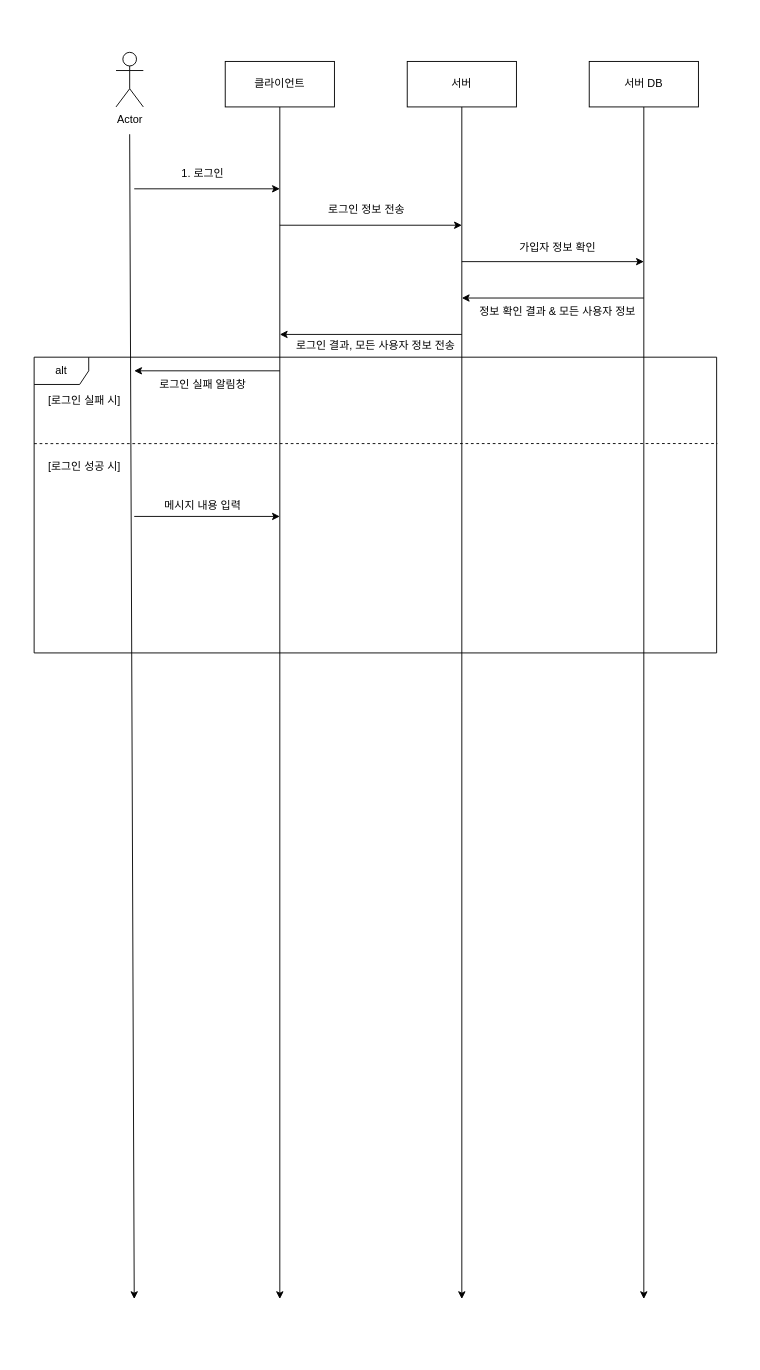
Above: 클라이언트프로그램아키택처.drawio in Hyunmin-Kwak-hub/neighbor21 (draw.io), before the change. Source tidied: cells renumbered, new cells numbered last; positions are measured from the earlier drawing's top-left corner, leaving out a move shared by most shapes. Both pictures are drawn from the tidied source at 91%, with x=0, y=0 at pixel (34, 52).
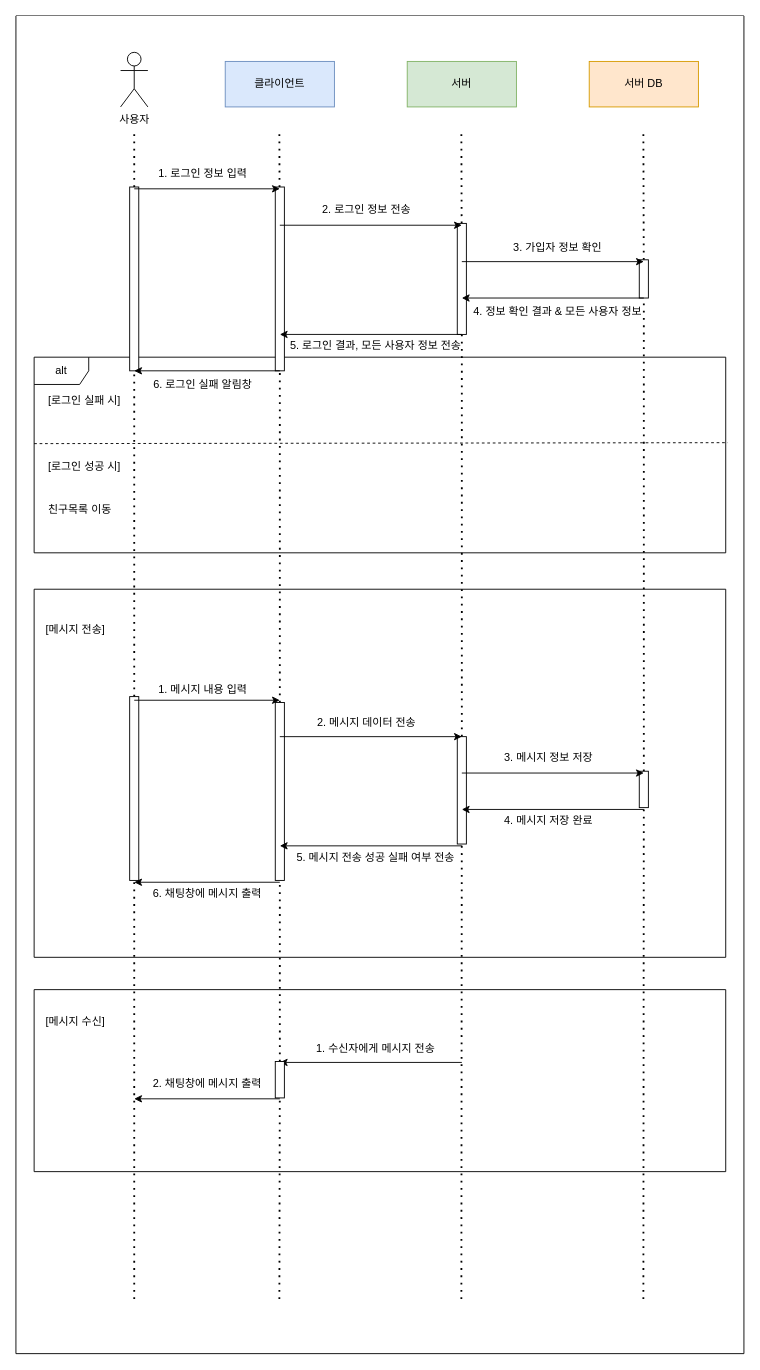
After the change.

Commit message:
클라이언트프로그램아키택처.drawio 업데이트

What changed in the source:
```diff
@@
+    <mxCell id="28" style="swimlane;startSize=0;swimlaneFillColor=default;" parent="1" vertex="1">
+      <mxGeometry x="-20" y="-40" width="800" height="1470" as="geometry" />
+    </mxCell>
-    <mxCell id="2" value="Actor" style="shape=umlActor;verticalLabelPosition=bottom;verticalAlign=top;html=1;" parent="1" vertex="1">
-      <mxGeometry x="90" width="30" height="60" as="geometry" />
+    <mxCell id="2" value="사용자" style="shape=umlActor;verticalLabelPosition=bottom;verticalAlign=top;html=1;" parent="28" vertex="1">
+      <mxGeometry x="115" y="40" width="30" height="60" as="geometry" />
     </mxCell>
-    <mxCell id="3" style="edgeStyle=orthogonalEdgeStyle;rounded=0;jettySize=auto;html=1;exitX=0.5;exitY=1;exitDx=0;exitDy=0;" parent="1" edge="1" source="4">
-      <mxGeometry relative="1" as="geometry">
-        <mxPoint x="270" y="1370" as="targetPoint" />
-      </mxGeometry>
-    </mxCell>
-    <mxCell id="4" value="클라이언트" style="html=1;whiteSpace=wrap;" parent="1" vertex="1">
+    <mxCell id="4" value="클라이언트" style="html=1;whiteSpace=wrap;fillColor=#dae8fc;strokeColor=#6c8ebf;" parent="1" vertex="1">
       <mxGeometry x="210" y="10" width="120" height="50" as="geometry" />
     </mxCell>
-    <mxCell id="5" style="edgeStyle=orthogonalEdgeStyle;rounded=0;jettySize=auto;html=1;exitX=0.5;exitY=1;exitDx=0;exitDy=0;" parent="1" edge="1" source="6">
-      <mxGeometry relative="1" as="geometry">
-        <mxPoint x="470" y="1370" as="targetPoint" />
-      </mxGeometry>
-    </mxCell>
-    <mxCell id="6" value="서버" style="html=1;whiteSpace=wrap;" parent="1" vertex="1">
+    <mxCell id="6" value="서버" style="html=1;whiteSpace=wrap;fillColor=#d5e8d4;strokeColor=#82b366;" parent="1" vertex="1">
       <mxGeometry x="410" y="10" width="120" height="50" as="geometry" />
     </mxCell>
-    <mxCell id="7" style="edgeStyle=orthogonalEdgeStyle;rounded=0;jettySize=auto;html=1;exitX=0.5;exitY=1;exitDx=0;exitDy=0;" parent="1" edge="1" source="8">
-      <mxGeometry relative="1" as="geometry">
-        <mxPoint x="670" y="1370" as="targetPoint" />
-      </mxGeometry>
-    </mxCell>
-    <mxCell id="8" value="서버 DB" style="html=1;whiteSpace=wrap;" parent="1" vertex="1">
+    <mxCell id="8" value="서버 DB" style="html=1;whiteSpace=wrap;fillColor=#ffe6cc;strokeColor=#d79b00;" parent="1" vertex="1">
       <mxGeometry x="610" y="10" width="120" height="50" as="geometry" />
     </mxCell>
-    <mxCell id="9" style="endArrow=classic;html=1;rounded=0;" parent="1" edge="1">
-      <mxGeometry relative="1" as="geometry">
-        <mxPoint x="105" y="90" as="sourcePoint" />
-        <mxPoint x="110" y="1370" as="targetPoint" />
-      </mxGeometry>
-    </mxCell>
+    <mxCell id="11" value="1. 로그인 정보 입력" style="text;html=1;align=center;verticalAlign=middle;strokeColor=none;fillColor=none;" parent="1" vertex="1">
+      <mxGeometry x="120" y="118" width="130" height="30" as="geometry" />
+    </mxCell>
+    <mxCell id="21" value="alt" style="shape=umlFrame;whiteSpace=wrap;html=1;" parent="1" vertex="1">
+      <mxGeometry y="335" width="760" height="215" as="geometry" />
+    </mxCell>
+    <mxCell id="22" value="6. 로그인 실패 알림창" style="text;html=1;align=center;verticalAlign=middle;strokeColor=none;fillColor=none;" parent="1" vertex="1">
+      <mxGeometry x="115" y="350" width="140" height="30" as="geometry" />
+    </mxCell>
+    <mxCell id="23" style="endArrow=none;dashed=1;html=1;rounded=0;entryX=1.003;entryY=0.437;entryDx=0;entryDy=0;entryPerimeter=0;" parent="1" edge="1" target="21">
+      <mxGeometry relative="1" as="geometry">
+        <mxPoint y="430" as="sourcePoint" />
+      </mxGeometry>
+    </mxCell>
+    <mxCell id="24" value="[로그인 실패 시]" style="text;html=1;align=center;verticalAlign=middle;strokeColor=none;fillColor=none;" parent="1" vertex="1">
+      <mxGeometry y="368" width="110" height="30" as="geometry" />
+    </mxCell>
+    <mxCell id="25" value="[로그인 성공 시]" style="text;html=1;align=center;verticalAlign=middle;strokeColor=none;fillColor=none;" parent="1" vertex="1">
+      <mxGeometry y="440" width="110" height="30" as="geometry" />
+    </mxCell>
+    <mxCell id="29" value="6. 채팅창에 메시지 출력" style="text;html=1;align=center;verticalAlign=middle;strokeColor=none;fillColor=none;" parent="1" vertex="1">
+      <mxGeometry x="115" y="910" width="150" height="30" as="geometry" />
+    </mxCell>
+    <mxCell id="30" value="친구목록 이동" style="text;html=1;align=center;verticalAlign=middle;strokeColor=none;fillColor=none;" parent="1" vertex="1">
+      <mxGeometry y="488" width="100" height="30" as="geometry" />
+    </mxCell>
+    <mxCell id="31" style="swimlane;startSize=0;" parent="1" vertex="1">
+      <mxGeometry y="590" width="760" height="404.5" as="geometry" />
+    </mxCell>
+    <mxCell id="32" value="[메시지 전송]" style="text;html=1;align=center;verticalAlign=middle;strokeColor=none;fillColor=none;" parent="31" vertex="1">
+      <mxGeometry y="30" width="90" height="30" as="geometry" />
+    </mxCell>
+    <mxCell id="33" style="swimlane;startSize=0;" parent="1" vertex="1">
+      <mxGeometry y="1030" width="760" height="200" as="geometry" />
+    </mxCell>
+    <mxCell id="34" value="[메시지 수신]" style="text;html=1;align=center;verticalAlign=middle;strokeColor=none;fillColor=none;" parent="33" vertex="1">
+      <mxGeometry y="20" width="90" height="30" as="geometry" />
+    </mxCell>
+    <mxCell id="35" value="1. 수신자에게 메시지 전송" style="text;html=1;align=center;verticalAlign=middle;strokeColor=none;fillColor=none;" parent="33" vertex="1">
+      <mxGeometry x="295" y="50" width="160" height="30" as="geometry" />
+    </mxCell>
+    <mxCell id="36" style="endArrow=classic;html=1;rounded=0;" parent="33" edge="1">
+      <mxGeometry relative="1" as="geometry">
+        <mxPoint x="270" y="120" as="sourcePoint" />
+        <mxPoint x="110" y="120" as="targetPoint" />
+      </mxGeometry>
+    </mxCell>
+    <mxCell id="37" value="2. 채팅창에 메시지 출력" style="text;html=1;align=center;verticalAlign=middle;strokeColor=none;fillColor=none;" parent="33" vertex="1">
+      <mxGeometry x="115" y="89" width="150" height="30" as="geometry" />
+    </mxCell>
+    <mxCell id="38" style="endArrow=none;dashed=1;html=1;dashPattern=1 3;strokeWidth=2;rounded=0;" parent="1" edge="1" source="43">
+      <mxGeometry relative="1" as="geometry">
+        <mxPoint x="110" y="90" as="targetPoint" />
+      </mxGeometry>
+    </mxCell>
+    <mxCell id="39" style="endArrow=none;dashed=1;html=1;dashPattern=1 3;strokeWidth=2;rounded=0;" parent="1" edge="1" source="45">
+      <mxGeometry relative="1" as="geometry">
+        <mxPoint x="269.5" y="90" as="targetPoint" />
+      </mxGeometry>
+    </mxCell>
+    <mxCell id="40" style="endArrow=none;dashed=1;html=1;dashPattern=1 3;strokeWidth=2;rounded=0;" parent="1" edge="1" source="47">
+      <mxGeometry relative="1" as="geometry">
+        <mxPoint x="469.5" y="90" as="targetPoint" />
+      </mxGeometry>
+    </mxCell>
+    <mxCell id="41" style="endArrow=none;dashed=1;html=1;dashPattern=1 3;strokeWidth=2;rounded=0;" parent="1" edge="1" source="49">
+      <mxGeometry relative="1" as="geometry">
+        <mxPoint x="669.5" y="90" as="targetPoint" />
+      </mxGeometry>
+    </mxCell>
+    <mxCell id="42" style="endArrow=none;dashed=1;html=1;dashPattern=1 3;strokeWidth=2;rounded=0;" parent="1" edge="1" source="51" target="43">
+      <mxGeometry relative="1" as="geometry" />
+    </mxCell>
+    <mxCell id="43" style="rounded=0;whiteSpace=wrap;html=1;" parent="1" vertex="1">
+      <mxGeometry x="105" y="148" width="10" height="202" as="geometry" />
+    </mxCell>
+    <mxCell id="44" style="endArrow=none;dashed=1;html=1;dashPattern=1 3;strokeWidth=2;rounded=0;" parent="1" edge="1" source="53" target="45">
+      <mxGeometry relative="1" as="geometry" />
+    </mxCell>
+    <mxCell id="45" style="rounded=0;whiteSpace=wrap;html=1;" parent="1" vertex="1">
+      <mxGeometry x="265" y="148" width="10" height="202" as="geometry" />
+    </mxCell>
+    <mxCell id="46" style="endArrow=none;dashed=1;html=1;dashPattern=1 3;strokeWidth=2;rounded=0;" parent="1" edge="1" source="55" target="47">
+      <mxGeometry relative="1" as="geometry" />
+    </mxCell>
+    <mxCell id="47" style="rounded=0;whiteSpace=wrap;html=1;" parent="1" vertex="1">
+      <mxGeometry x="465" y="188" width="10" height="122" as="geometry" />
+    </mxCell>
+    <mxCell id="48" style="endArrow=none;dashed=1;html=1;dashPattern=1 3;strokeWidth=2;rounded=0;" parent="1" edge="1" source="57" target="49">
+      <mxGeometry relative="1" as="geometry" />
+    </mxCell>
+    <mxCell id="49" style="rounded=0;whiteSpace=wrap;html=1;" parent="1" vertex="1">
+      <mxGeometry x="665" y="228" width="10" height="42" as="geometry" />
+    </mxCell>
+    <mxCell id="50" style="endArrow=none;dashed=1;html=1;dashPattern=1 3;strokeWidth=2;rounded=0;" parent="1" edge="1" target="51">
+      <mxGeometry relative="1" as="geometry">
+        <mxPoint x="110" y="1370" as="sourcePoint" />
+      </mxGeometry>
+    </mxCell>
+    <mxCell id="51" style="rounded=0;whiteSpace=wrap;html=1;" parent="1" vertex="1">
+      <mxGeometry x="105" y="708" width="10" height="202" as="geometry" />
+    </mxCell>
+    <mxCell id="52" style="endArrow=none;dashed=1;html=1;dashPattern=1 3;strokeWidth=2;rounded=0;" parent="1" edge="1" source="69" target="53">
+      <mxGeometry relative="1" as="geometry" />
+    </mxCell>
+    <mxCell id="53" style="rounded=0;whiteSpace=wrap;html=1;" parent="1" vertex="1">
+      <mxGeometry x="265" y="714.5" width="10" height="195.5" as="geometry" />
+    </mxCell>
+    <mxCell id="54" style="endArrow=none;dashed=1;html=1;dashPattern=1 3;strokeWidth=2;rounded=0;" parent="1" edge="1" target="55">
+      <mxGeometry relative="1" as="geometry">
+        <mxPoint x="469.5" y="1370" as="sourcePoint" />
+      </mxGeometry>
+    </mxCell>
+    <mxCell id="55" style="rounded=0;whiteSpace=wrap;html=1;" parent="1" vertex="1">
+      <mxGeometry x="465" y="752" width="10" height="118" as="geometry" />
+    </mxCell>
+    <mxCell id="56" style="endArrow=none;dashed=1;html=1;dashPattern=1 3;strokeWidth=2;rounded=0;" parent="1" edge="1" target="57">
+      <mxGeometry relative="1" as="geometry">
+        <mxPoint x="669.5" y="1370" as="sourcePoint" />
+      </mxGeometry>
+    </mxCell>
+    <mxCell id="57" style="rounded=0;whiteSpace=wrap;html=1;" parent="1" vertex="1">
+      <mxGeometry x="665" y="790" width="10" height="40" as="geometry" />
+    </mxCell>
+    <mxCell id="26" style="endArrow=classic;html=1;rounded=0;" parent="1" edge="1">
+      <mxGeometry relative="1" as="geometry">
+        <mxPoint x="110" y="712" as="sourcePoint" />
+        <mxPoint x="270" y="712" as="targetPoint" />
+      </mxGeometry>
+    </mxCell>
+    <mxCell id="27" value="1. 메시지 내용 입력" style="text;html=1;align=center;verticalAlign=middle;strokeColor=none;fillColor=none;" parent="1" vertex="1">
+      <mxGeometry x="120" y="684.5" width="130" height="30" as="geometry" />
+    </mxCell>
+    <mxCell id="58" style="endArrow=classic;html=1;rounded=0;" parent="1" edge="1">
+      <mxGeometry relative="1" as="geometry">
+        <mxPoint x="270" y="752" as="sourcePoint" />
+        <mxPoint x="470" y="752" as="targetPoint" />
+      </mxGeometry>
+    </mxCell>
+    <mxCell id="59" value="2. 메시지 데이터 전송" style="text;html=1;align=center;verticalAlign=middle;strokeColor=none;fillColor=none;" parent="1" vertex="1">
+      <mxGeometry x="295" y="722" width="140" height="30" as="geometry" />
+    </mxCell>
+    <mxCell id="60" style="endArrow=classic;html=1;rounded=0;" parent="1" edge="1">
+      <mxGeometry relative="1" as="geometry">
+        <mxPoint x="470" y="792" as="sourcePoint" />
+        <mxPoint x="670" y="792" as="targetPoint" />
+      </mxGeometry>
+    </mxCell>
+    <mxCell id="61" value="3. 메시지 정보 저장" style="text;html=1;align=center;verticalAlign=middle;strokeColor=none;fillColor=none;" parent="1" vertex="1">
+      <mxGeometry x="500" y="760" width="130" height="30" as="geometry" />
+    </mxCell>
+    <mxCell id="62" style="endArrow=classic;html=1;rounded=0;" parent="1" edge="1">
+      <mxGeometry relative="1" as="geometry">
+        <mxPoint x="670" y="832" as="sourcePoint" />
+        <mxPoint x="470" y="832" as="targetPoint" />
+      </mxGeometry>
+    </mxCell>
+    <mxCell id="63" value="4. 메시지 저장 완료" style="text;html=1;align=center;verticalAlign=middle;strokeColor=none;fillColor=none;" parent="1" vertex="1">
+      <mxGeometry x="500" y="830" width="130" height="30" as="geometry" />
+    </mxCell>
+    <mxCell id="64" style="endArrow=classic;html=1;rounded=0;" parent="1" edge="1">
+      <mxGeometry relative="1" as="geometry">
+        <mxPoint x="470" y="872" as="sourcePoint" />
+        <mxPoint x="270" y="872" as="targetPoint" />
+      </mxGeometry>
+    </mxCell>
+    <mxCell id="65" value="5. 메시지 전송 성공 실패 여부 전송" style="text;html=1;align=center;verticalAlign=middle;strokeColor=none;fillColor=none;" parent="1" vertex="1">
+      <mxGeometry x="270" y="870" width="210" height="30" as="geometry" />
+    </mxCell>
+    <mxCell id="66" style="endArrow=classic;html=1;rounded=0;" parent="1" edge="1">
+      <mxGeometry relative="1" as="geometry">
+        <mxPoint x="270" y="912" as="sourcePoint" />
+        <mxPoint x="110" y="912" as="targetPoint" />
+      </mxGeometry>
+    </mxCell>
@@
-    <mxCell id="11" value="1. 로그인" style="text;html=1;align=center;verticalAlign=middle;strokeColor=none;fillColor=none;" parent="1" vertex="1">
-      <mxGeometry x="150" y="118" width="70" height="30" as="geometry" />
-    </mxCell>
@@
-    <mxCell id="13" value="로그인 정보 전송" style="text;html=1;align=center;verticalAlign=middle;strokeColor=none;fillColor=none;" parent="1" vertex="1">
-      <mxGeometry x="310" y="158" width="110" height="30" as="geometry" />
+    <mxCell id="13" value="2. 로그인 정보 전송" style="text;html=1;align=center;verticalAlign=middle;strokeColor=none;fillColor=none;" parent="1" vertex="1">
+      <mxGeometry x="300" y="158" width="130" height="30" as="geometry" />
     </mxCell>
@@
-    <mxCell id="15" value="가입자 정보 확인" style="text;html=1;align=center;verticalAlign=middle;strokeColor=none;fillColor=none;" parent="1" vertex="1">
-      <mxGeometry x="520" y="200" width="110" height="30" as="geometry" />
+    <mxCell id="15" value="3. 가입자 정보 확인" style="text;html=1;align=center;verticalAlign=middle;strokeColor=none;fillColor=none;" parent="1" vertex="1">
+      <mxGeometry x="510" y="200" width="130" height="30" as="geometry" />
     </mxCell>
@@
-    <mxCell id="17" value="정보 확인 결과 &amp;amp; 모든 사용자 정보" style="text;html=1;align=center;verticalAlign=middle;strokeColor=none;fillColor=none;" parent="1" vertex="1">
-      <mxGeometry x="470" y="270" width="210" height="30" as="geometry" />
+    <mxCell id="17" value="4. 정보 확인 결과 &amp;amp; 모든 사용자 정보" style="text;html=1;align=center;verticalAlign=middle;strokeColor=none;fillColor=none;" parent="1" vertex="1">
+      <mxGeometry x="465" y="270" width="220" height="30" as="geometry" />
     </mxCell>
@@
-    <mxCell id="19" value="로그인 결과, 모든 사용자 정보 전송" style="text;html=1;align=center;verticalAlign=middle;strokeColor=none;fillColor=none;" parent="1" vertex="1">
-      <mxGeometry x="270" y="308" width="210" height="30" as="geometry" />
+    <mxCell id="19" value="5. 로그인 결과, 모든 사용자 정보 전송" style="text;html=1;align=center;verticalAlign=middle;strokeColor=none;fillColor=none;" parent="1" vertex="1">
+      <mxGeometry x="265" y="308" width="220" height="30" as="geometry" />
     </mxCell>
@@
-    <mxCell id="21" value="alt" style="shape=umlFrame;whiteSpace=wrap;html=1;" parent="1" vertex="1">
-      <mxGeometry y="335" width="750" height="325" as="geometry" />
-    </mxCell>
-    <mxCell id="22" value="로그인 실패 알림창" style="text;html=1;align=center;verticalAlign=middle;strokeColor=none;fillColor=none;" parent="1" vertex="1">
-      <mxGeometry x="120" y="350" width="130" height="30" as="geometry" />
-    </mxCell>
-    <mxCell id="23" style="endArrow=none;dashed=1;html=1;rounded=0;entryX=1.001;entryY=0.292;entryDx=0;entryDy=0;entryPerimeter=0;" parent="1" edge="1" target="21">
-      <mxGeometry relative="1" as="geometry">
-        <mxPoint y="430" as="sourcePoint" />
-      </mxGeometry>
-    </mxCell>
-    <mxCell id="24" value="[로그인 실패 시]" style="text;html=1;align=center;verticalAlign=middle;strokeColor=none;fillColor=none;" parent="1" vertex="1">
-      <mxGeometry y="368" width="110" height="30" as="geometry" />
-    </mxCell>
-    <mxCell id="25" value="[로그인 성공 시]" style="text;html=1;align=center;verticalAlign=middle;strokeColor=none;fillColor=none;" parent="1" vertex="1">
-      <mxGeometry y="440" width="110" height="30" as="geometry" />
-    </mxCell>
-    <mxCell id="26" style="endArrow=classic;html=1;rounded=0;" parent="1" edge="1">
-      <mxGeometry relative="1" as="geometry">
-        <mxPoint x="110" y="510" as="sourcePoint" />
-        <mxPoint x="270" y="510" as="targetPoint" />
-      </mxGeometry>
-    </mxCell>
-    <mxCell id="27" value="메시지 내용 입력" style="text;html=1;align=center;verticalAlign=middle;strokeColor=none;fillColor=none;" parent="1" vertex="1">
-      <mxGeometry x="130" y="482.5" width="110" height="30" as="geometry" />
-    </mxCell>
+    <mxCell id="67" style="endArrow=none;dashed=1;html=1;dashPattern=1 3;strokeWidth=2;rounded=0;" parent="1" edge="1" target="69">
+      <mxGeometry relative="1" as="geometry">
+        <mxPoint x="269.5" y="1370" as="sourcePoint" />
+      </mxGeometry>
+    </mxCell>
+    <mxCell id="68" style="endArrow=classic;html=1;rounded=0;" parent="1" edge="1">
+      <mxGeometry relative="1" as="geometry">
+        <mxPoint x="470" y="1110" as="sourcePoint" />
+        <mxPoint x="270" y="1110" as="targetPoint" />
+      </mxGeometry>
+    </mxCell>
+    <mxCell id="69" style="rounded=0;whiteSpace=wrap;html=1;" parent="1" vertex="1">
+      <mxGeometry x="265" y="1109" width="10" height="40" as="geometry" />
+    </mxCell>
```
